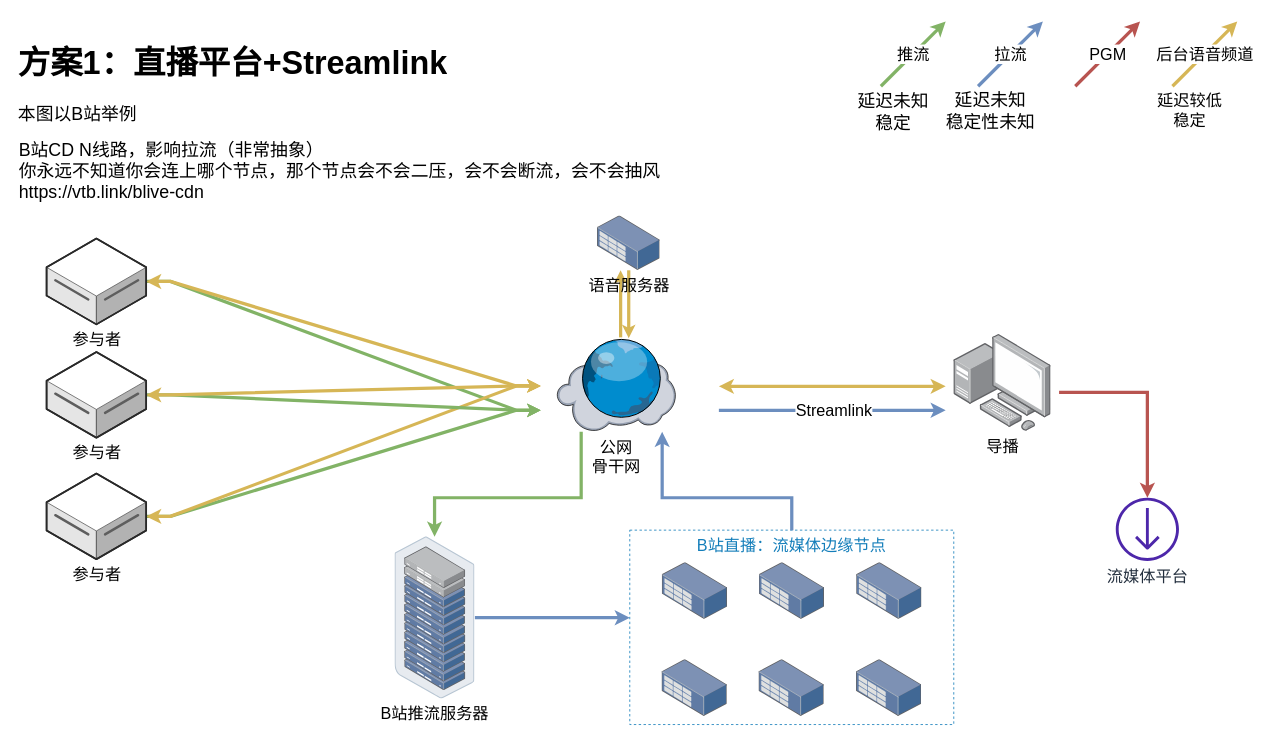
This is streaming-low-profile.drawio from VTB-LINK/DRAW-IO-GRAPH, a draw.io file, before an edit. Source tidied: cells renumbered, new cells numbered last; positions are measured from the earlier drawing's top-left corner, leaving out a move shared by most shapes. Both pictures are drawn from the tidied source at 81%, with x=0, y=0 at pixel (14, 21).
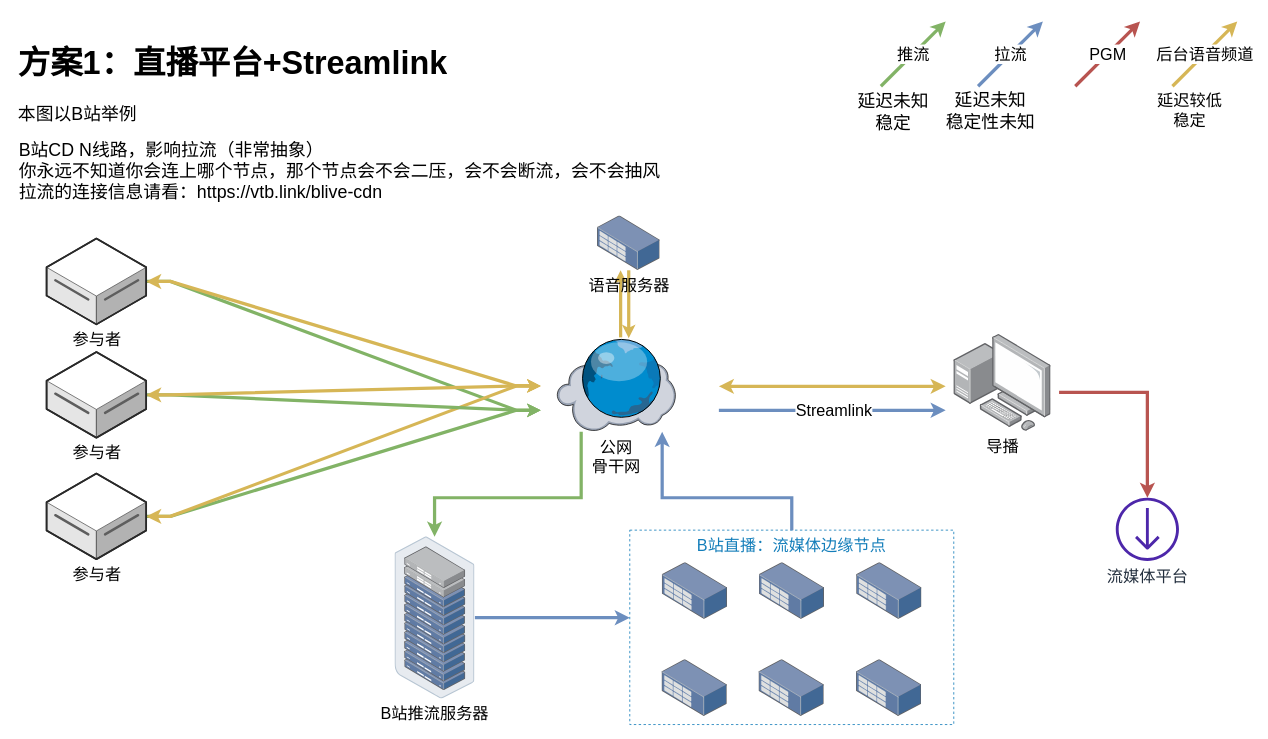
The same diagram, later.

Commit message (it also covers changes not shown here):
fix: add note for live stream cdn info

What changed in the source:
```diff
@@
-    <mxCell id="36" value="B站CD N线路，影响拉流（非常抽象）&lt;br&gt;你永远不知道你会连上哪个节点，那个节点会不会二压，会不会断流，会不会抽风&lt;br&gt;https://vtb.link/blive-cdn" style="text;strokeColor=none;fillColor=none;align=left;verticalAlign=middle;spacingLeft=4;spacingRight=4;overflow=hidden;whiteSpace=wrap;html=1;fontSize=22;labelBackgroundColor=none;fontColor=#000000;" parent="1" vertex="1">
+    <mxCell id="36" value="B站CD N线路，影响拉流（非常抽象）&lt;br&gt;你永远不知道你会连上哪个节点，那个节点会不会二压，会不会断流，会不会抽风&lt;br&gt;拉流的连接信息请看：https://vtb.link/blive-cdn" style="text;strokeColor=none;fillColor=none;align=left;verticalAlign=middle;spacingLeft=4;spacingRight=4;overflow=hidden;whiteSpace=wrap;html=1;fontSize=22;labelBackgroundColor=none;fontColor=#000000;" parent="1" vertex="1">
       <mxGeometry y="130" width="810" height="110" as="geometry" />
     </mxCell>
```
